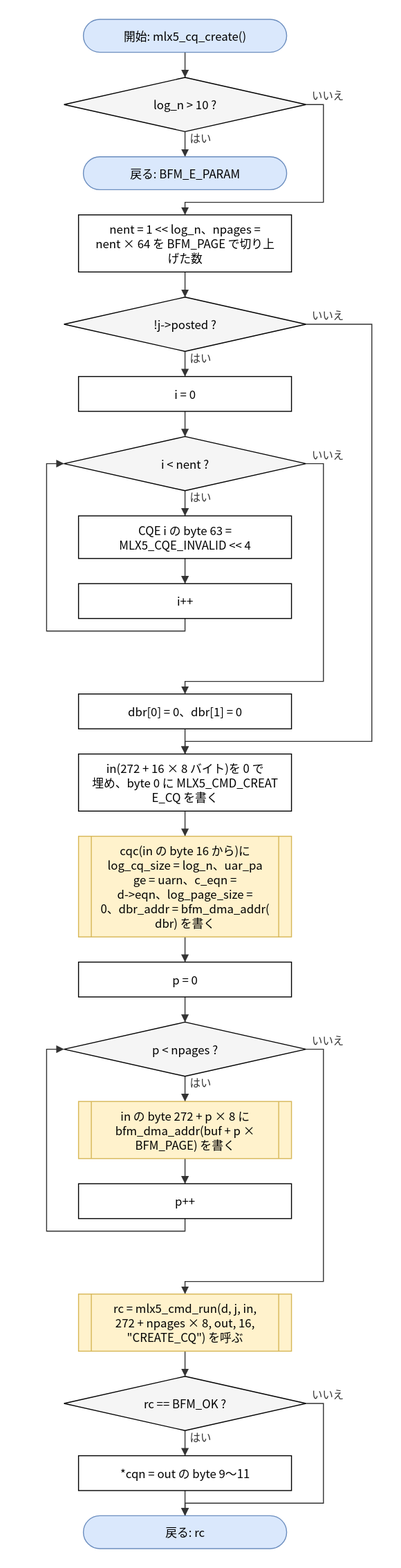
Above: doc/spec/images/flow_src_mlx5_hca-mlx5_cq_create.drawio.svg in hf355051012-ai/bfmem (draw.io), before the change. Source tidied: cells renumbered, new cells last; positions are measured from the earlier drawing's top-left corner, leaving out a move shared by most shapes.
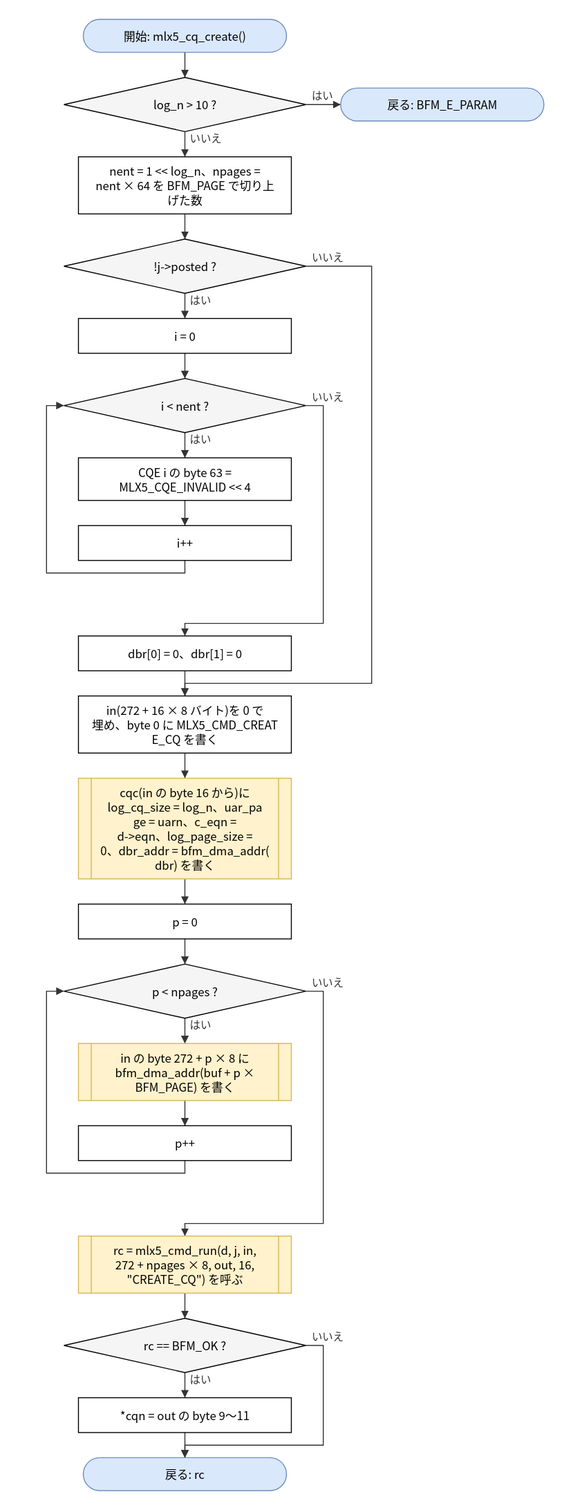
The same diagram one commit later.

Change to the diagram source:
```diff
@@ -3,13 +3,13 @@
     <mxCell id="0" />
     <mxCell id="1" parent="0" />
     <mxCell id="2" value="開始: mlx5_cq_create()" style="rounded=1;arcSize=50;whiteSpace=wrap;html=1;fillColor=#dae8fc;strokeColor=#6c8ebf;" parent="1" vertex="1">
-      <mxGeometry x="38" width="210" height="34" as="geometry" />
+      <mxGeometry x="38" y="60" width="210" height="34" as="geometry" />
     </mxCell>
     <mxCell id="3" value="log_n &amp;gt; 10 ?" style="rhombus;whiteSpace=wrap;html=1;fillColor=#f5f5f5;" parent="1" vertex="1">
-      <mxGeometry x="18" y="60" width="250" height="56" as="geometry" />
+      <mxGeometry x="18" y="120" width="250" height="56" as="geometry" />
     </mxCell>
     <mxCell id="4" value="戻る: BFM_E_PARAM" style="rounded=1;arcSize=50;whiteSpace=wrap;html=1;fillColor=#dae8fc;strokeColor=#6c8ebf;" parent="1" vertex="1">
-      <mxGeometry x="38" y="142" width="210" height="34" as="geometry" />
+      <mxGeometry x="304" y="131" width="210" height="34" as="geometry" />
     </mxCell>
     <mxCell id="5" value="nent = 1 &amp;lt;&amp;lt; log_n、npages =&lt;br&gt;nent × 64 を BFM_PAGE で切り上&lt;br&gt;げた数" style="rounded=0;whiteSpace=wrap;html=1;" parent="1" vertex="1">
       <mxGeometry x="33" y="202" width="220" height="59" as="geometry" />
@@ -65,17 +65,11 @@
     <mxCell id="22" style="edgeStyle=none;html=1;rounded=0;endArrow=block;endFill=1;exitX=0.5000;exitY=1.0000;exitDx=0;exitDy=0;exitPerimeter=0;entryX=0.5000;entryY=0.0000;entryDx=0;entryDy=0;entryPerimeter=0;" parent="1" edge="1" source="2" target="3">
       <mxGeometry relative="1" as="geometry" />
     </mxCell>
-    <mxCell id="23" value="はい" style="edgeStyle=none;html=1;rounded=0;endArrow=block;endFill=1;exitX=0.5000;exitY=1.0000;exitDx=0;exitDy=0;exitPerimeter=0;entryX=0.5000;entryY=0.0000;entryDx=0;entryDy=0;entryPerimeter=0;" parent="1" edge="1" source="3" target="4">
+    <mxCell id="23" value="はい" style="edgeStyle=none;html=1;rounded=0;endArrow=block;endFill=1;exitX=1.0000;exitY=0.5000;exitDx=0;exitDy=0;exitPerimeter=0;entryX=0.0000;entryY=0.5000;entryDx=0;entryDy=0;entryPerimeter=0;" parent="1" edge="1" source="3" target="4">
       <mxGeometry relative="1" as="geometry" />
     </mxCell>
-    <mxCell id="24" value="いいえ" style="edgeStyle=none;html=1;rounded=0;endArrow=block;endFill=1;exitX=1.0000;exitY=0.5000;exitDx=0;exitDy=0;exitPerimeter=0;entryX=0.5000;entryY=0.0000;entryDx=0;entryDy=0;entryPerimeter=0;" parent="1" edge="1" source="3" target="5">
-      <mxGeometry relative="1" as="geometry">
-        <Array as="points">
-          <mxPoint x="286" y="88" />
-          <mxPoint x="286" y="189" />
-          <mxPoint x="143" y="189" />
-        </Array>
-      </mxGeometry>
+    <mxCell id="24" value="いいえ" style="edgeStyle=none;html=1;rounded=0;endArrow=block;endFill=1;exitX=0.5000;exitY=1.0000;exitDx=0;exitDy=0;exitPerimeter=0;entryX=0.5000;entryY=0.0000;entryDx=0;entryDy=0;entryPerimeter=0;" parent="1" edge="1" source="3" target="5">
+      <mxGeometry relative="1" as="geometry" />
     </mxCell>
     <mxCell id="25" style="edgeStyle=none;html=1;rounded=0;endArrow=block;endFill=1;exitX=0.5000;exitY=1.0000;exitDx=0;exitDy=0;exitPerimeter=0;entryX=0.5000;entryY=0.0000;entryDx=0;entryDy=0;entryPerimeter=0;" parent="1" edge="1" source="5" target="6">
       <mxGeometry relative="1" as="geometry" />
```
